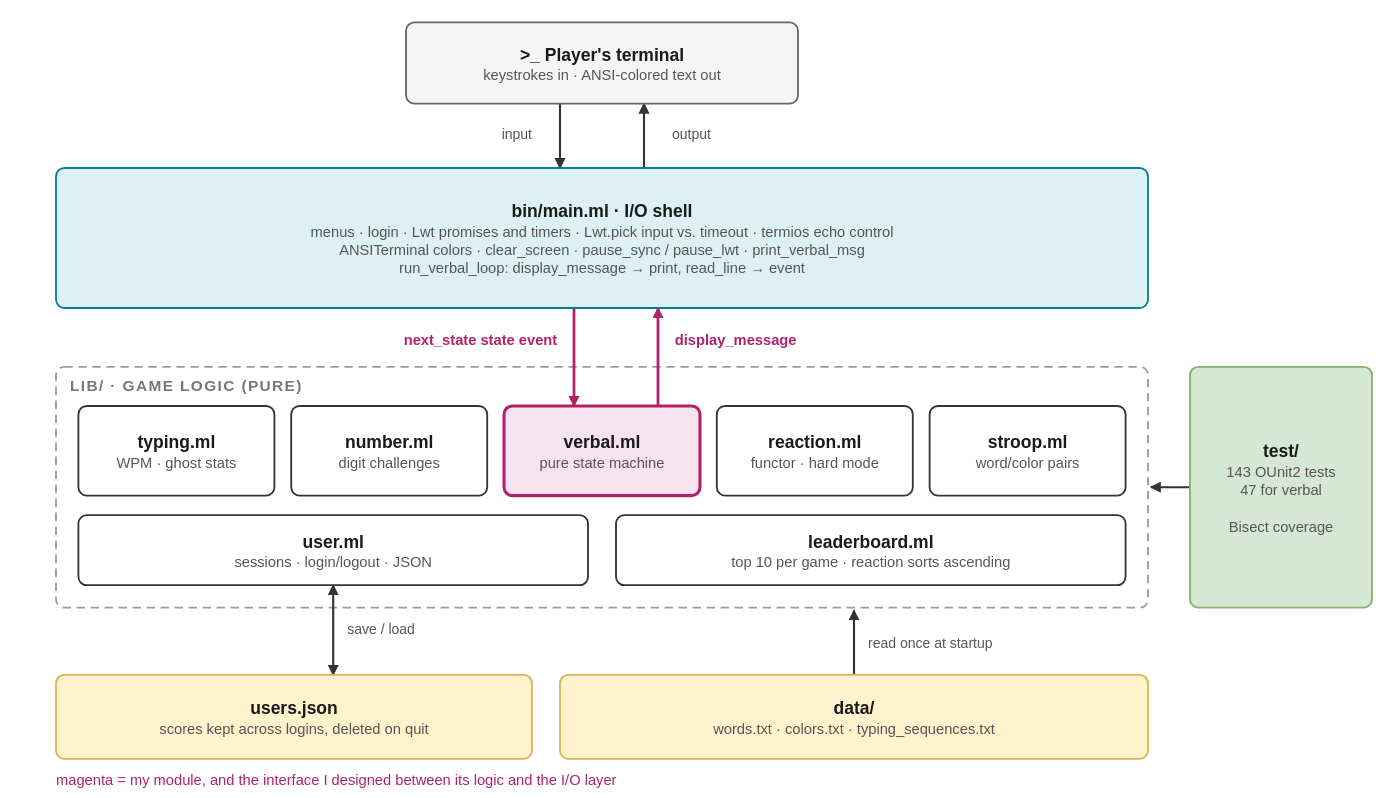
The draw.io diagram public/diagrams/camel-architecture.drawio.svg in mcorgi/mcorgi.github.io, before a commit. Source tidied: cells renumbered, new cells last; positions are measured from the earlier drawing's top-left corner, leaving out a move shared by most shapes. Its diagram source:
```xml
<mxGraphModel background="#ffffff">
  <root>
    <mxCell id="0" />
    <mxCell id="1" parent="0" />
    <mxCell id="2" value="LIB/ · GAME LOGIC (PURE)" style="rounded=1;arcSize=2;whiteSpace=wrap;html=1;verticalAlign=top;align=left;spacingLeft=8;spacingTop=2;fontStyle=1;fontSize=11;fontColor=#777777;fillColor=none;strokeColor=#9a9a9a;strokeWidth=1.3;dashed=1;dashPattern=6 4;" parent="1" vertex="1">
      <mxGeometry x="4" y="246" width="780" height="172" as="geometry" />
    </mxCell>
    <mxCell id="3" style="html=1;rounded=0;strokeColor=#333333;strokeWidth=1.5;endArrow=block;endFill=1;startArrow=none;startFill=1;exitX=0.3929;exitY=1.0;exitDx=0;exitDy=0;exitPerimeter=0;entryX=0.4615;entryY=0.0;entryDx=0;entryDy=0;entryPerimeter=0;" parent="1" edge="1" source="10" target="11">
      <mxGeometry relative="1" as="geometry" />
    </mxCell>
    <mxCell id="4" style="html=1;rounded=0;strokeColor=#333333;strokeWidth=1.5;endArrow=block;endFill=1;startArrow=none;startFill=1;exitX=0.5385;exitY=0.0;exitDx=0;exitDy=0;exitPerimeter=0;entryX=0.6071;entryY=1.0;entryDx=0;entryDy=0;entryPerimeter=0;" parent="1" edge="1" source="11" target="10">
      <mxGeometry relative="1" as="geometry" />
    </mxCell>
    <mxCell id="5" style="html=1;rounded=0;strokeColor=#b0226a;strokeWidth=2.0;endArrow=block;endFill=1;startArrow=none;startFill=1;exitX=0.4744;exitY=1.0;exitDx=0;exitDy=0;exitPerimeter=0;entryX=0.3571;entryY=0.0;entryDx=0;entryDy=0;entryPerimeter=0;" parent="1" edge="1" source="11" target="14">
      <mxGeometry relative="1" as="geometry" />
    </mxCell>
    <mxCell id="6" style="html=1;rounded=0;strokeColor=#b0226a;strokeWidth=2.0;endArrow=block;endFill=1;startArrow=none;startFill=1;exitX=0.7857;exitY=0.0;exitDx=0;exitDy=0;exitPerimeter=0;entryX=0.5513;entryY=1.0;entryDx=0;entryDy=0;entryPerimeter=0;" parent="1" edge="1" source="14" target="11">
      <mxGeometry relative="1" as="geometry" />
    </mxCell>
    <mxCell id="7" style="html=1;rounded=0;strokeColor=#333333;strokeWidth=1.5;endArrow=block;endFill=1;startArrow=none;startFill=1;exitX=0.0;exitY=0.5;exitDx=0;exitDy=0;exitPerimeter=0;" parent="1" edge="1" source="19">
      <mxGeometry relative="1" as="geometry">
        <mxPoint x="786" y="332" as="targetPoint" />
      </mxGeometry>
    </mxCell>
    <mxCell id="8" style="html=1;rounded=0;strokeColor=#333333;strokeWidth=1.5;endArrow=block;endFill=1;startArrow=none;startFill=1;exitX=0.5;exitY=0.0;exitDx=0;exitDy=0;exitPerimeter=0;" parent="1" edge="1" source="21">
      <mxGeometry relative="1" as="geometry">
        <mxPoint x="574" y="420" as="targetPoint" />
      </mxGeometry>
    </mxCell>
    <mxCell id="9" style="html=1;rounded=0;strokeColor=#333333;strokeWidth=1.5;endArrow=block;endFill=1;startArrow=block;startFill=1;exitX=0.5824;exitY=0.0;exitDx=0;exitDy=0;exitPerimeter=0;entryX=0.5;entryY=1.0;entryDx=0;entryDy=0;entryPerimeter=0;" parent="1" edge="1" source="20" target="17">
      <mxGeometry relative="1" as="geometry" />
    </mxCell>
    <mxCell id="10" value="&lt;b&gt;&amp;gt;_ Player&amp;#x27;s terminal&lt;/b&gt;&lt;br&gt;&lt;font style=&quot;font-size:10px&quot; color=&quot;#555555&quot;&gt;keystrokes in · ANSI-colored text out&lt;/font&gt;" style="whiteSpace=wrap;html=1;fontSize=12.5;fontColor=#1a1a1a;rounded=1;arcSize=10;fillColor=#f5f5f5;strokeColor=#666666;strokeWidth=1.3;" parent="1" vertex="1">
      <mxGeometry x="254" width="280" height="58" as="geometry" />
    </mxCell>
    <mxCell id="11" value="&lt;b&gt;bin/main.ml · I/O shell&lt;/b&gt;&lt;br&gt;&lt;font style=&quot;font-size:10px&quot; color=&quot;#555555&quot;&gt;menus · login · Lwt promises and timers · Lwt.pick input vs. timeout · termios echo control&lt;br&gt;ANSITerminal colors · clear_screen · pause_sync / pause_lwt · print_verbal_msg&lt;br&gt;run_verbal_loop: display_message → print, read_line → event&lt;/font&gt;" style="whiteSpace=wrap;html=1;fontSize=12.5;fontColor=#1a1a1a;rounded=1;arcSize=10;fillColor=#ddf1f5;strokeColor=#0a7c92;strokeWidth=1.3;" parent="1" vertex="1">
      <mxGeometry x="4" y="104" width="780" height="100" as="geometry" />
    </mxCell>
    <mxCell id="12" value="&lt;b&gt;typing.ml&lt;/b&gt;&lt;br&gt;&lt;font style=&quot;font-size:10px&quot; color=&quot;#555555&quot;&gt;WPM · ghost stats&lt;/font&gt;" style="whiteSpace=wrap;html=1;fontSize=12.5;fontColor=#1a1a1a;rounded=1;arcSize=10;fillColor=#ffffff;strokeColor=#333333;strokeWidth=1.3;" parent="1" vertex="1">
      <mxGeometry x="20" y="274" width="140" height="64" as="geometry" />
    </mxCell>
    <mxCell id="13" value="&lt;b&gt;number.ml&lt;/b&gt;&lt;br&gt;&lt;font style=&quot;font-size:10px&quot; color=&quot;#555555&quot;&gt;digit challenges&lt;/font&gt;" style="whiteSpace=wrap;html=1;fontSize=12.5;fontColor=#1a1a1a;rounded=1;arcSize=10;fillColor=#ffffff;strokeColor=#333333;strokeWidth=1.3;" parent="1" vertex="1">
      <mxGeometry x="172" y="274" width="140" height="64" as="geometry" />
    </mxCell>
    <mxCell id="14" value="&lt;b&gt;verbal.ml&lt;/b&gt;&lt;br&gt;&lt;font style=&quot;font-size:10px&quot; color=&quot;#555555&quot;&gt;pure state machine&lt;/font&gt;" style="whiteSpace=wrap;html=1;fontSize=12.5;fontColor=#1a1a1a;rounded=1;arcSize=10;fillColor=#f7e3ee;strokeColor=#b0226a;strokeWidth=2.2;" parent="1" vertex="1">
      <mxGeometry x="324" y="274" width="140" height="64" as="geometry" />
    </mxCell>
    <mxCell id="15" value="&lt;b&gt;reaction.ml&lt;/b&gt;&lt;br&gt;&lt;font style=&quot;font-size:10px&quot; color=&quot;#555555&quot;&gt;functor · hard mode&lt;/font&gt;" style="whiteSpace=wrap;html=1;fontSize=12.5;fontColor=#1a1a1a;rounded=1;arcSize=10;fillColor=#ffffff;strokeColor=#333333;strokeWidth=1.3;" parent="1" vertex="1">
      <mxGeometry x="476" y="274" width="140" height="64" as="geometry" />
    </mxCell>
    <mxCell id="16" value="&lt;b&gt;stroop.ml&lt;/b&gt;&lt;br&gt;&lt;font style=&quot;font-size:10px&quot; color=&quot;#555555&quot;&gt;word/color pairs&lt;/font&gt;" style="whiteSpace=wrap;html=1;fontSize=12.5;fontColor=#1a1a1a;rounded=1;arcSize=10;fillColor=#ffffff;strokeColor=#333333;strokeWidth=1.3;" parent="1" vertex="1">
      <mxGeometry x="628" y="274" width="140" height="64" as="geometry" />
    </mxCell>
    <mxCell id="17" value="&lt;b&gt;user.ml&lt;/b&gt;&lt;br&gt;&lt;font style=&quot;font-size:10px&quot; color=&quot;#555555&quot;&gt;sessions · login/logout · JSON&lt;/font&gt;" style="whiteSpace=wrap;html=1;fontSize=12.5;fontColor=#1a1a1a;rounded=1;arcSize=10;fillColor=#ffffff;strokeColor=#333333;strokeWidth=1.3;" parent="1" vertex="1">
      <mxGeometry x="20" y="352" width="364" height="50" as="geometry" />
    </mxCell>
    <mxCell id="18" value="&lt;b&gt;leaderboard.ml&lt;/b&gt;&lt;br&gt;&lt;font style=&quot;font-size:10px&quot; color=&quot;#555555&quot;&gt;top 10 per game · reaction sorts ascending&lt;/font&gt;" style="whiteSpace=wrap;html=1;fontSize=12.5;fontColor=#1a1a1a;rounded=1;arcSize=10;fillColor=#ffffff;strokeColor=#333333;strokeWidth=1.3;" parent="1" vertex="1">
      <mxGeometry x="404" y="352" width="364" height="50" as="geometry" />
    </mxCell>
    <mxCell id="19" value="&lt;b&gt;test/&lt;/b&gt;&lt;br&gt;&lt;font style=&quot;font-size:10px&quot; color=&quot;#555555&quot;&gt;143 OUnit2 tests&lt;br&gt;47 for verbal&lt;br&gt;&lt;br&gt;Bisect coverage&lt;/font&gt;" style="whiteSpace=wrap;html=1;fontSize=12.5;fontColor=#1a1a1a;rounded=1;arcSize=10;fillColor=#d5e8d4;strokeColor=#82b366;strokeWidth=1.3;" parent="1" vertex="1">
      <mxGeometry x="814" y="246" width="130" height="172" as="geometry" />
    </mxCell>
    <mxCell id="20" value="&lt;b&gt;users.json&lt;/b&gt;&lt;br&gt;&lt;font style=&quot;font-size:10px&quot; color=&quot;#555555&quot;&gt;scores kept across logins, deleted on quit&lt;/font&gt;" style="whiteSpace=wrap;html=1;fontSize=12.5;fontColor=#1a1a1a;rounded=1;arcSize=10;fillColor=#fff2cc;strokeColor=#d6b656;strokeWidth=1.3;" parent="1" vertex="1">
      <mxGeometry x="4" y="466" width="340" height="60" as="geometry" />
    </mxCell>
    <mxCell id="21" value="&lt;b&gt;data/&lt;/b&gt;&lt;br&gt;&lt;font style=&quot;font-size:10px&quot; color=&quot;#555555&quot;&gt;words.txt · colors.txt · typing_sequences.txt&lt;/font&gt;" style="whiteSpace=wrap;html=1;fontSize=12.5;fontColor=#1a1a1a;rounded=1;arcSize=10;fillColor=#fff2cc;strokeColor=#d6b656;strokeWidth=1.3;" parent="1" vertex="1">
      <mxGeometry x="364" y="466" width="420" height="60" as="geometry" />
    </mxCell>
    <mxCell id="22" value="input" style="text;html=1;align=right;verticalAlign=middle;fontSize=10;fontColor=#555555;spacing=0;" parent="1" vertex="1">
      <mxGeometry x="312" y="72.5" width="36" height="17" as="geometry" />
    </mxCell>
    <mxCell id="23" value="output" style="text;html=1;align=left;verticalAlign=middle;fontSize=10;fontColor=#555555;spacing=0;" parent="1" vertex="1">
      <mxGeometry x="440" y="72.5" width="41.6" height="17" as="geometry" />
    </mxCell>
    <mxCell id="24" value="&lt;b&gt;next_state state event&lt;/b&gt;" style="text;html=1;align=right;verticalAlign=middle;fontSize=10.5;fontColor=#b0226a;labelBackgroundColor=#ffffff;spacing=0;" parent="1" vertex="1">
      <mxGeometry x="228.6" y="219.2" width="137.4" height="17.5" as="geometry" />
    </mxCell>
    <mxCell id="25" value="&lt;b&gt;display_message&lt;/b&gt;" style="text;html=1;align=left;verticalAlign=middle;fontSize=10.5;fontColor=#b0226a;labelBackgroundColor=#ffffff;spacing=0;" parent="1" vertex="1">
      <mxGeometry x="442" y="219.2" width="96.2" height="17.5" as="geometry" />
    </mxCell>
    <mxCell id="26" value="read once at startup" style="text;html=1;align=left;verticalAlign=middle;fontSize=10;fontColor=#555555;spacing=0;" parent="1" vertex="1">
      <mxGeometry x="580" y="435.5" width="120" height="17" as="geometry" />
    </mxCell>
    <mxCell id="27" value="save / load" style="text;html=1;align=left;verticalAlign=middle;fontSize=10;fontColor=#555555;spacing=0;" parent="1" vertex="1">
      <mxGeometry x="208" y="425.5" width="69.6" height="17" as="geometry" />
    </mxCell>
    <mxCell id="28" value="magenta = my module, and the interface I designed between its logic and the I/O layer" style="text;html=1;align=left;verticalAlign=middle;fontSize=10.5;fontColor=#b0226a;spacing=0;" parent="1" vertex="1">
      <mxGeometry y="533.2" width="507.8" height="17.5" as="geometry" />
    </mxCell>
  </root>
</mxGraphModel>
```
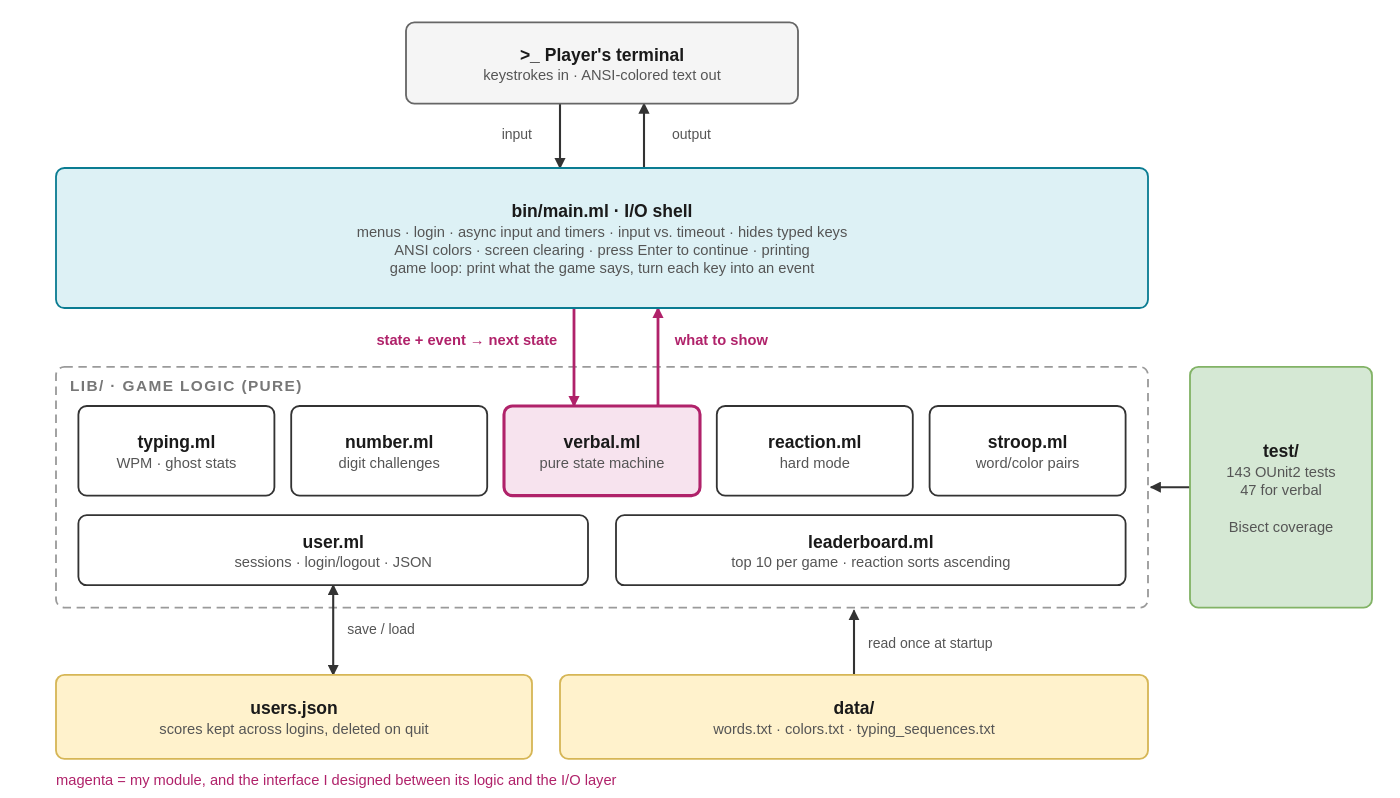
Later version of the same file.

What changed in the source:
```diff
@@ -33,7 +33,7 @@
     <mxCell id="10" value="&lt;b&gt;&amp;gt;_ Player&amp;#x27;s terminal&lt;/b&gt;&lt;br&gt;&lt;font style=&quot;font-size:10px&quot; color=&quot;#555555&quot;&gt;keystrokes in · ANSI-colored text out&lt;/font&gt;" style="whiteSpace=wrap;html=1;fontSize=12.5;fontColor=#1a1a1a;rounded=1;arcSize=10;fillColor=#f5f5f5;strokeColor=#666666;strokeWidth=1.3;" parent="1" vertex="1">
       <mxGeometry x="254" width="280" height="58" as="geometry" />
     </mxCell>
-    <mxCell id="11" value="&lt;b&gt;bin/main.ml · I/O shell&lt;/b&gt;&lt;br&gt;&lt;font style=&quot;font-size:10px&quot; color=&quot;#555555&quot;&gt;menus · login · Lwt promises and timers · Lwt.pick input vs. timeout · termios echo control&lt;br&gt;ANSITerminal colors · clear_screen · pause_sync / pause_lwt · print_verbal_msg&lt;br&gt;run_verbal_loop: display_message → print, read_line → event&lt;/font&gt;" style="whiteSpace=wrap;html=1;fontSize=12.5;fontColor=#1a1a1a;rounded=1;arcSize=10;fillColor=#ddf1f5;strokeColor=#0a7c92;strokeWidth=1.3;" parent="1" vertex="1">
+    <mxCell id="11" value="&lt;b&gt;bin/main.ml · I/O shell&lt;/b&gt;&lt;br&gt;&lt;font style=&quot;font-size:10px&quot; color=&quot;#555555&quot;&gt;menus · login · async input and timers · input vs. timeout · hides typed keys&lt;br&gt;ANSI colors · screen clearing · press Enter to continue · printing&lt;br&gt;game loop: print what the game says, turn each key into an event&lt;/font&gt;" style="whiteSpace=wrap;html=1;fontSize=12.5;fontColor=#1a1a1a;rounded=1;arcSize=10;fillColor=#ddf1f5;strokeColor=#0a7c92;strokeWidth=1.3;" parent="1" vertex="1">
       <mxGeometry x="4" y="104" width="780" height="100" as="geometry" />
     </mxCell>
     <mxCell id="12" value="&lt;b&gt;typing.ml&lt;/b&gt;&lt;br&gt;&lt;font style=&quot;font-size:10px&quot; color=&quot;#555555&quot;&gt;WPM · ghost stats&lt;/font&gt;" style="whiteSpace=wrap;html=1;fontSize=12.5;fontColor=#1a1a1a;rounded=1;arcSize=10;fillColor=#ffffff;strokeColor=#333333;strokeWidth=1.3;" parent="1" vertex="1">
@@ -45,7 +45,7 @@
     <mxCell id="14" value="&lt;b&gt;verbal.ml&lt;/b&gt;&lt;br&gt;&lt;font style=&quot;font-size:10px&quot; color=&quot;#555555&quot;&gt;pure state machine&lt;/font&gt;" style="whiteSpace=wrap;html=1;fontSize=12.5;fontColor=#1a1a1a;rounded=1;arcSize=10;fillColor=#f7e3ee;strokeColor=#b0226a;strokeWidth=2.2;" parent="1" vertex="1">
       <mxGeometry x="324" y="274" width="140" height="64" as="geometry" />
     </mxCell>
-    <mxCell id="15" value="&lt;b&gt;reaction.ml&lt;/b&gt;&lt;br&gt;&lt;font style=&quot;font-size:10px&quot; color=&quot;#555555&quot;&gt;functor · hard mode&lt;/font&gt;" style="whiteSpace=wrap;html=1;fontSize=12.5;fontColor=#1a1a1a;rounded=1;arcSize=10;fillColor=#ffffff;strokeColor=#333333;strokeWidth=1.3;" parent="1" vertex="1">
+    <mxCell id="15" value="&lt;b&gt;reaction.ml&lt;/b&gt;&lt;br&gt;&lt;font style=&quot;font-size:10px&quot; color=&quot;#555555&quot;&gt;hard mode&lt;/font&gt;" style="whiteSpace=wrap;html=1;fontSize=12.5;fontColor=#1a1a1a;rounded=1;arcSize=10;fillColor=#ffffff;strokeColor=#333333;strokeWidth=1.3;" parent="1" vertex="1">
       <mxGeometry x="476" y="274" width="140" height="64" as="geometry" />
     </mxCell>
     <mxCell id="16" value="&lt;b&gt;stroop.ml&lt;/b&gt;&lt;br&gt;&lt;font style=&quot;font-size:10px&quot; color=&quot;#555555&quot;&gt;word/color pairs&lt;/font&gt;" style="whiteSpace=wrap;html=1;fontSize=12.5;fontColor=#1a1a1a;rounded=1;arcSize=10;fillColor=#ffffff;strokeColor=#333333;strokeWidth=1.3;" parent="1" vertex="1">
@@ -72,10 +72,10 @@
     <mxCell id="23" value="output" style="text;html=1;align=left;verticalAlign=middle;fontSize=10;fontColor=#555555;spacing=0;" parent="1" vertex="1">
       <mxGeometry x="440" y="72.5" width="41.6" height="17" as="geometry" />
     </mxCell>
-    <mxCell id="24" value="&lt;b&gt;next_state state event&lt;/b&gt;" style="text;html=1;align=right;verticalAlign=middle;fontSize=10.5;fontColor=#b0226a;labelBackgroundColor=#ffffff;spacing=0;" parent="1" vertex="1">
+    <mxCell id="24" value="&lt;b&gt;state + event → next state&lt;/b&gt;" style="text;html=1;align=right;verticalAlign=middle;fontSize=10.5;fontColor=#b0226a;labelBackgroundColor=#ffffff;spacing=0;" parent="1" vertex="1">
       <mxGeometry x="228.6" y="219.2" width="137.4" height="17.5" as="geometry" />
     </mxCell>
-    <mxCell id="25" value="&lt;b&gt;display_message&lt;/b&gt;" style="text;html=1;align=left;verticalAlign=middle;fontSize=10.5;fontColor=#b0226a;labelBackgroundColor=#ffffff;spacing=0;" parent="1" vertex="1">
+    <mxCell id="25" value="&lt;b&gt;what to show&lt;/b&gt;" style="text;html=1;align=left;verticalAlign=middle;fontSize=10.5;fontColor=#b0226a;labelBackgroundColor=#ffffff;spacing=0;" parent="1" vertex="1">
       <mxGeometry x="442" y="219.2" width="96.2" height="17.5" as="geometry" />
     </mxCell>
     <mxCell id="26" value="read once at startup" style="text;html=1;align=left;verticalAlign=middle;fontSize=10;fontColor=#555555;spacing=0;" parent="1" vertex="1">
```
